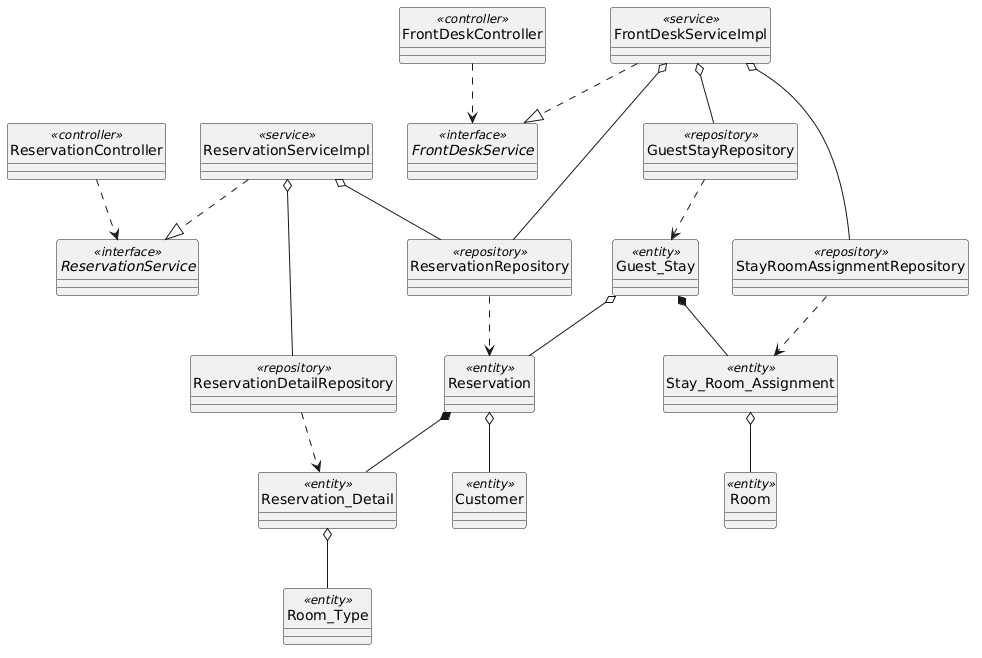
The PlantUML diagram docs/Class + Sequence/class_backend_44_reservation.png in hieupeek/sba_doc, before a commit. Its diagram source:
```plantuml
@startuml
skinparam shadowed false
hide circle

class ReservationController <<controller>>
class FrontDeskController <<controller>>

interface ReservationService <<interface>>
interface FrontDeskService <<interface>>

class ReservationServiceImpl <<service>>
class FrontDeskServiceImpl <<service>>

class ReservationRepository <<repository>>
class ReservationDetailRepository <<repository>>
class GuestStayRepository <<repository>>
class StayRoomAssignmentRepository <<repository>>

class Reservation <<entity>>
class Reservation_Detail <<entity>>
class Guest_Stay <<entity>>
class Stay_Room_Assignment <<entity>>
class Customer <<entity>>
class Room <<entity>>
class Room_Type <<entity>>

ReservationServiceImpl ..|> ReservationService
FrontDeskServiceImpl ..|> FrontDeskService

ReservationController ..> ReservationService
FrontDeskController ..> FrontDeskService
ReservationRepository ..> Reservation
ReservationDetailRepository ..> Reservation_Detail
GuestStayRepository ..> Guest_Stay
StayRoomAssignmentRepository ..> Stay_Room_Assignment

ReservationServiceImpl o-- ReservationRepository
ReservationServiceImpl o-- ReservationDetailRepository
FrontDeskServiceImpl o-- GuestStayRepository
FrontDeskServiceImpl o-- StayRoomAssignmentRepository
FrontDeskServiceImpl o-- ReservationRepository
Reservation o-- Customer
Guest_Stay o-- Reservation
Reservation_Detail o-- Room_Type
Stay_Room_Assignment o-- Room

Reservation *-- Reservation_Detail
Guest_Stay *-- Stay_Room_Assignment
@enduml
```
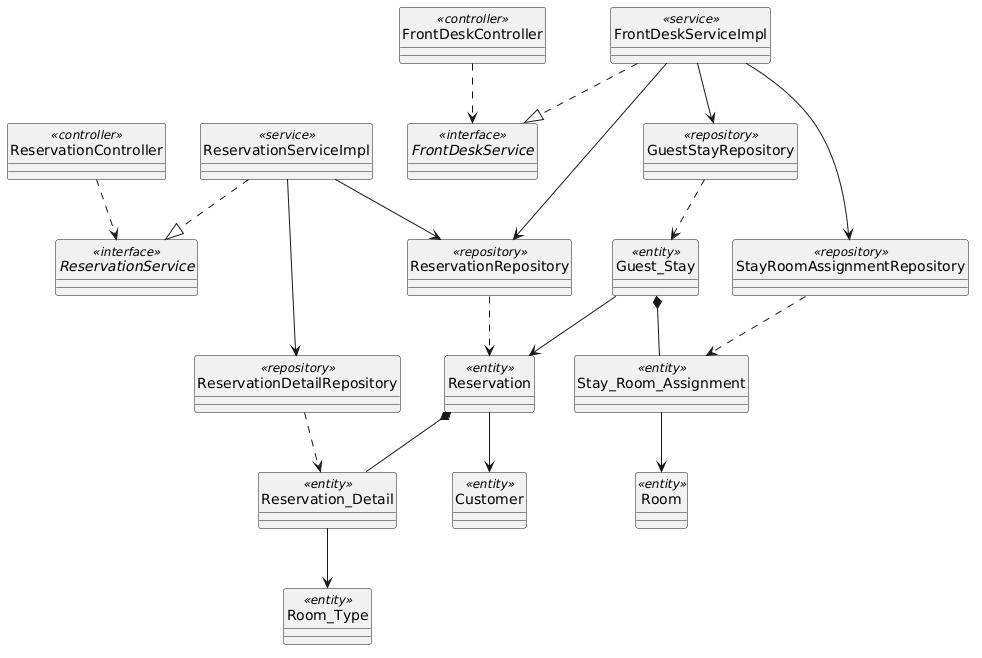
After the change.

Change to the diagram source:
```diff
@@ -34,16 +34,17 @@
 GuestStayRepository ..> Guest_Stay
 StayRoomAssignmentRepository ..> Stay_Room_Assignment
 
-ReservationServiceImpl o-- ReservationRepository
-ReservationServiceImpl o-- ReservationDetailRepository
-FrontDeskServiceImpl o-- GuestStayRepository
-FrontDeskServiceImpl o-- StayRoomAssignmentRepository
-FrontDeskServiceImpl o-- ReservationRepository
-Reservation o-- Customer
-Guest_Stay o-- Reservation
-Reservation_Detail o-- Room_Type
-Stay_Room_Assignment o-- Room
+ReservationServiceImpl --> ReservationRepository
+ReservationServiceImpl --> ReservationDetailRepository
+FrontDeskServiceImpl --> GuestStayRepository
+FrontDeskServiceImpl --> StayRoomAssignmentRepository
+FrontDeskServiceImpl --> ReservationRepository
+Reservation --> Customer
+Guest_Stay --> Reservation
+Reservation_Detail --> Room_Type
+Stay_Room_Assignment --> Room
 
 Reservation *-- Reservation_Detail
 Guest_Stay *-- Stay_Room_Assignment
+
 @enduml
```
